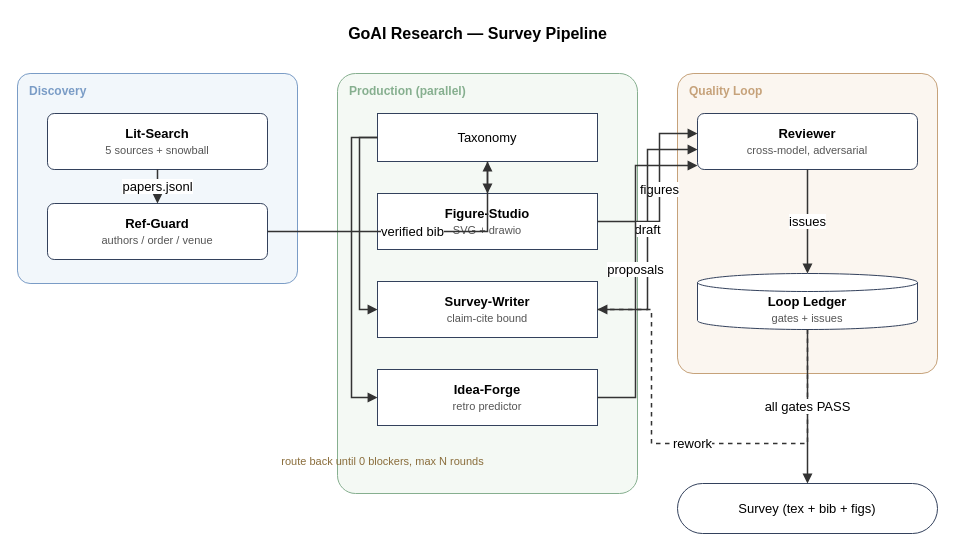
Above: examples/pipeline.drawio in asimfish/goai_research (draw.io), before the change. Source tidied: cells renumbered, new cells numbered last; positions are measured from the earlier drawing's top-left corner, leaving out a move shared by most shapes. Both pictures are drawn from the tidied source at 100%, with x=0, y=0 at pixel (17, 17).
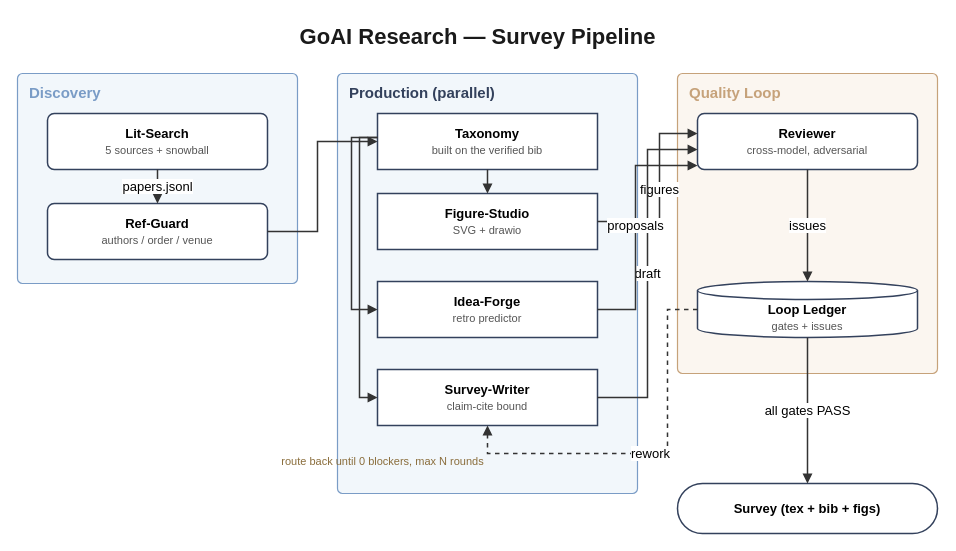
The same diagram, later.

Commit message (it also covers changes not shown here):
[figure/fix]: draw.io edges without waypoints render straight; hero figure lint-clean; merge AGENTS rules

Change to the diagram source:
```diff
@@
-    <mxCell id="2" value="GoAI Research — Survey Pipeline" style="text;html=1;align=center;verticalAlign=middle;fontSize=16;fontStyle=1;strokeColor=none;fillColor=none;" parent="1" vertex="1">
-      <mxGeometry x="220" width="480" height="32" as="geometry" />
+    <mxCell id="2" value="GoAI Research — Survey Pipeline" style="text;html=1;align=center;verticalAlign=middle;fontSize=22;fontColor=#1a1a1a;strokeColor=none;fillColor=none;fontStyle=1;" parent="1" vertex="1">
+      <mxGeometry x="220" y="4" width="480" height="32" as="geometry" />
     </mxCell>
-    <mxCell id="3" value="Discovery" style="rounded=1;arcSize=6;whiteSpace=wrap;html=1;verticalAlign=top;align=left;spacingLeft=10;spacingTop=4;fontSize=12;fontStyle=1;fillColor=#F2F7FB;strokeColor=#7A9CC6;fontColor=#7A9CC6;" parent="1" vertex="1">
+    <mxCell id="3" value="Discovery" style="rounded=1;absoluteArcSize=1;arcSize=10;whiteSpace=wrap;html=1;verticalAlign=top;align=left;spacingLeft=10;spacingTop=4;fontSize=15;fontStyle=1;fillColor=#F2F7FB;strokeColor=#7A9CC6;strokeWidth=1.2;fontColor=#7A9CC6;" parent="1" vertex="1">
       <mxGeometry y="56" width="280" height="210" as="geometry" />
     </mxCell>
-    <mxCell id="4" value="Production (parallel)" style="rounded=1;arcSize=6;whiteSpace=wrap;html=1;verticalAlign=top;align=left;spacingLeft=10;spacingTop=4;fontSize=12;fontStyle=1;fillColor=#F4F9F4;strokeColor=#86AF8F;fontColor=#86AF8F;" parent="1" vertex="1">
+    <mxCell id="4" value="Production (parallel)" style="rounded=1;absoluteArcSize=1;arcSize=10;whiteSpace=wrap;html=1;verticalAlign=top;align=left;spacingLeft=10;spacingTop=4;fontSize=15;fontStyle=1;fillColor=#F2F7FB;strokeColor=#7A9CC6;strokeWidth=1.2;fontColor=#33415C;" parent="1" vertex="1">
       <mxGeometry x="320" y="56" width="300" height="420" as="geometry" />
     </mxCell>
-    <mxCell id="5" value="Quality Loop" style="rounded=1;arcSize=6;whiteSpace=wrap;html=1;verticalAlign=top;align=left;spacingLeft=10;spacingTop=4;fontSize=12;fontStyle=1;fillColor=#FBF6F0;strokeColor=#C6A27A;fontColor=#C6A27A;" parent="1" vertex="1">
+    <mxCell id="5" value="Quality Loop" style="rounded=1;absoluteArcSize=1;arcSize=10;whiteSpace=wrap;html=1;verticalAlign=top;align=left;spacingLeft=10;spacingTop=4;fontSize=15;fontStyle=1;fillColor=#FBF6F0;strokeColor=#C6A27A;strokeWidth=1.2;fontColor=#C6A27A;" parent="1" vertex="1">
       <mxGeometry x="660" y="56" width="260" height="300" as="geometry" />
     </mxCell>
-    <mxCell id="6" value="&lt;b&gt;Lit-Search&lt;/b&gt;&lt;br/&gt;&lt;font style='font-size:0.85em' color='#555555'&gt;5 sources + snowball&lt;/font&gt;" style="rounded=1;whiteSpace=wrap;html=1;arcSize=12;fillColor=#FFFFFF;strokeColor=#33415C;fontSize=13;" parent="3" vertex="1">
+    <mxCell id="6" value="&lt;b&gt;Lit-Search&lt;/b&gt;&lt;br/&gt;&lt;font style='font-size:11.05px' color='#555555'&gt;5 sources + snowball&lt;/font&gt;" style="rounded=1;whiteSpace=wrap;html=1;arcSize=12;fillColor=#FFFFFF;strokeColor=#33415C;strokeWidth=1.5;fontSize=13;" parent="3" vertex="1">
       <mxGeometry x="30" y="40" width="220" height="56" as="geometry" />
     </mxCell>
-    <mxCell id="7" value="&lt;b&gt;Ref-Guard&lt;/b&gt;&lt;br/&gt;&lt;font style='font-size:0.85em' color='#555555'&gt;authors / order / venue&lt;/font&gt;" style="rounded=1;whiteSpace=wrap;html=1;arcSize=12;fillColor=#FFFFFF;strokeColor=#33415C;fontSize=13;" parent="3" vertex="1">
+    <mxCell id="7" value="&lt;b&gt;Ref-Guard&lt;/b&gt;&lt;br/&gt;&lt;font style='font-size:11.05px' color='#555555'&gt;authors / order / venue&lt;/font&gt;" style="rounded=1;whiteSpace=wrap;html=1;arcSize=12;fillColor=#FFFFFF;strokeColor=#33415C;strokeWidth=1.5;fontSize=13;" parent="3" vertex="1">
       <mxGeometry x="30" y="130" width="220" height="56" as="geometry" />
     </mxCell>
-    <mxCell id="8" value="Taxonomy" style="rounded=0;whiteSpace=wrap;html=1;fillColor=#FFFFFF;strokeColor=#33415C;fontSize=13;" parent="4" vertex="1">
-      <mxGeometry x="40" y="40" width="220" height="48" as="geometry" />
+    <mxCell id="8" value="&lt;b&gt;Taxonomy&lt;/b&gt;&lt;br/&gt;&lt;font style='font-size:11.05px' color='#555555'&gt;built on the verified bib&lt;/font&gt;" style="rounded=0;whiteSpace=wrap;html=1;fillColor=#FFFFFF;strokeColor=#33415C;strokeWidth=1.5;fontSize=13;" parent="4" vertex="1">
+      <mxGeometry x="40" y="40" width="220" height="56" as="geometry" />
     </mxCell>
-    <mxCell id="9" value="&lt;b&gt;Figure-Studio&lt;/b&gt;&lt;br/&gt;&lt;font style='font-size:0.85em' color='#555555'&gt;SVG + drawio&lt;/font&gt;" style="rounded=0;whiteSpace=wrap;html=1;fillColor=#FFFFFF;strokeColor=#33415C;fontSize=13;" parent="4" vertex="1">
+    <mxCell id="9" value="&lt;b&gt;Figure-Studio&lt;/b&gt;&lt;br/&gt;&lt;font style='font-size:11.05px' color='#555555'&gt;SVG + drawio&lt;/font&gt;" style="rounded=0;whiteSpace=wrap;html=1;fillColor=#FFFFFF;strokeColor=#33415C;strokeWidth=1.5;fontSize=13;" parent="4" vertex="1">
       <mxGeometry x="40" y="120" width="220" height="56" as="geometry" />
     </mxCell>
-    <mxCell id="10" value="&lt;b&gt;Survey-Writer&lt;/b&gt;&lt;br/&gt;&lt;font style='font-size:0.85em' color='#555555'&gt;claim-cite bound&lt;/font&gt;" style="rounded=0;whiteSpace=wrap;html=1;fillColor=#FFFFFF;strokeColor=#33415C;fontSize=13;" parent="4" vertex="1">
-      <mxGeometry x="40" y="208" width="220" height="56" as="geometry" />
+    <mxCell id="10" value="&lt;b&gt;Survey-Writer&lt;/b&gt;&lt;br/&gt;&lt;font style='font-size:11.05px' color='#555555'&gt;claim-cite bound&lt;/font&gt;" style="rounded=0;whiteSpace=wrap;html=1;fillColor=#FFFFFF;strokeColor=#33415C;strokeWidth=1.5;fontSize=13;" parent="4" vertex="1">
+      <mxGeometry x="40" y="296" width="220" height="56" as="geometry" />
     </mxCell>
-    <mxCell id="11" value="&lt;b&gt;Idea-Forge&lt;/b&gt;&lt;br/&gt;&lt;font style='font-size:0.85em' color='#555555'&gt;retro predictor&lt;/font&gt;" style="rounded=0;whiteSpace=wrap;html=1;fillColor=#FFFFFF;strokeColor=#33415C;fontSize=13;" parent="4" vertex="1">
-      <mxGeometry x="40" y="296" width="220" height="56" as="geometry" />
+    <mxCell id="11" value="&lt;b&gt;Idea-Forge&lt;/b&gt;&lt;br/&gt;&lt;font style='font-size:11.05px' color='#555555'&gt;retro predictor&lt;/font&gt;" style="rounded=0;whiteSpace=wrap;html=1;fillColor=#FFFFFF;strokeColor=#33415C;strokeWidth=1.5;fontSize=13;" parent="4" vertex="1">
+      <mxGeometry x="40" y="208" width="220" height="56" as="geometry" />
     </mxCell>
-    <mxCell id="12" value="&lt;b&gt;Reviewer&lt;/b&gt;&lt;br/&gt;&lt;font style='font-size:0.85em' color='#555555'&gt;cross-model, adversarial&lt;/font&gt;" style="rounded=1;whiteSpace=wrap;html=1;arcSize=12;fillColor=#FFFFFF;strokeColor=#33415C;fontSize=13;" parent="5" vertex="1">
+    <mxCell id="12" value="&lt;b&gt;Reviewer&lt;/b&gt;&lt;br/&gt;&lt;font style='font-size:11.05px' color='#555555'&gt;cross-model, adversarial&lt;/font&gt;" style="rounded=1;whiteSpace=wrap;html=1;arcSize=12;fillColor=#FFFFFF;strokeColor=#33415C;strokeWidth=1.5;fontSize=13;" parent="5" vertex="1">
       <mxGeometry x="20" y="40" width="220" height="56" as="geometry" />
     </mxCell>
-    <mxCell id="13" value="&lt;b&gt;Loop Ledger&lt;/b&gt;&lt;br/&gt;&lt;font style='font-size:0.85em' color='#555555'&gt;gates + issues&lt;/font&gt;" style="shape=cylinder3;whiteSpace=wrap;html=1;boundedLbl=1;backgroundOutline=1;size=9;fillColor=#FFFFFF;strokeColor=#33415C;fontSize=13;" parent="5" vertex="1">
-      <mxGeometry x="20" y="200" width="220" height="56" as="geometry" />
+    <mxCell id="13" value="&lt;b&gt;Loop Ledger&lt;/b&gt;&lt;br/&gt;&lt;font style='font-size:11.05px' color='#555555'&gt;gates + issues&lt;/font&gt;" style="shape=cylinder3;whiteSpace=wrap;html=1;boundedLbl=1;backgroundOutline=1;size=9;fillColor=#FFFFFF;strokeColor=#33415C;strokeWidth=1.5;fontSize=13;" parent="5" vertex="1">
+      <mxGeometry x="20" y="208" width="220" height="56" as="geometry" />
     </mxCell>
-    <mxCell id="14" value="Survey (tex + bib + figs)" style="rounded=1;whiteSpace=wrap;html=1;arcSize=50;fillColor=#FFFFFF;strokeColor=#33415C;fontSize=13;" parent="1" vertex="1">
+    <mxCell id="14" value="Survey (tex + bib + figs)" style="rounded=1;whiteSpace=wrap;html=1;arcSize=50;spacing=6;fillColor=#FFFFFF;strokeColor=#33415C;strokeWidth=1.5;fontSize=13;fontStyle=1;" parent="1" vertex="1">
       <mxGeometry x="660" y="466" width="260" height="50" as="geometry" />
     </mxCell>
-    <mxCell id="15" value="papers.jsonl" style="edgeStyle=orthogonalEdgeStyle;rounded=0;html=1;jettySize=auto;endArrow=block;endFill=1;strokeColor=#333333;strokeWidth=1.5;fontSize=13;" parent="1" edge="1" source="6" target="7">
+    <mxCell id="15" value="papers.jsonl" style="edgeStyle=none;rounded=0;html=1;endArrow=block;endFill=1;strokeColor=#333333;strokeWidth=1.5;fontSize=13;" parent="1" edge="1" source="6" target="7">
       <mxGeometry relative="1" as="geometry" />
     </mxCell>
-    <mxCell id="16" value="verified bib" style="edgeStyle=orthogonalEdgeStyle;rounded=0;html=1;jettySize=auto;endArrow=block;endFill=1;strokeColor=#333333;strokeWidth=1.5;fontSize=13;" parent="1" edge="1" source="7" target="8">
-      <mxGeometry relative="1" as="geometry" />
+    <mxCell id="16" style="edgeStyle=orthogonalEdgeStyle;jettySize=auto;rounded=0;html=1;endArrow=block;endFill=1;strokeColor=#333333;strokeWidth=1.5;fontSize=13;" parent="1" edge="1" source="7" target="8">
+      <mxGeometry relative="1" as="geometry">
+        <Array as="points">
+          <mxPoint x="300" y="214" />
+          <mxPoint x="300" y="124" />
+        </Array>
+      </mxGeometry>
     </mxCell>
-    <mxCell id="17" style="edgeStyle=orthogonalEdgeStyle;rounded=0;html=1;jettySize=auto;endArrow=block;endFill=1;strokeColor=#333333;strokeWidth=1.5;fontSize=13;" parent="1" edge="1" source="8" target="9">
+    <mxCell id="17" style="edgeStyle=none;rounded=0;html=1;endArrow=block;endFill=1;strokeColor=#333333;strokeWidth=1.5;fontSize=13;" parent="1" edge="1" source="8" target="9">
       <mxGeometry relative="1" as="geometry" />
     </mxCell>
-    <mxCell id="18" style="edgeStyle=orthogonalEdgeStyle;rounded=0;html=1;jettySize=auto;endArrow=block;endFill=1;strokeColor=#333333;strokeWidth=1.5;fontSize=13;" parent="1" edge="1" source="8" target="10">
+    <mxCell id="18" style="edgeStyle=orthogonalEdgeStyle;jettySize=auto;rounded=0;html=1;endArrow=block;endFill=1;strokeColor=#333333;strokeWidth=1.5;fontSize=13;" parent="1" edge="1" source="8" target="10">
       <mxGeometry relative="1" as="geometry">
         <Array as="points">
           <mxPoint x="342" y="120" />
-          <mxPoint x="342" y="292" />
+          <mxPoint x="342" y="380" />
         </Array>
       </mxGeometry>
     </mxCell>
-    <mxCell id="19" style="edgeStyle=orthogonalEdgeStyle;rounded=0;html=1;jettySize=auto;endArrow=block;endFill=1;strokeColor=#333333;strokeWidth=1.5;fontSize=13;" parent="1" edge="1" source="8" target="11">
+    <mxCell id="19" style="edgeStyle=orthogonalEdgeStyle;jettySize=auto;rounded=0;html=1;endArrow=block;endFill=1;strokeColor=#333333;strokeWidth=1.5;fontSize=13;" parent="1" edge="1" source="8" target="11">
       <mxGeometry relative="1" as="geometry">
         <Array as="points">
           <mxPoint x="334" y="120" />
-          <mxPoint x="334" y="380" />
+          <mxPoint x="334" y="292" />
         </Array>
       </mxGeometry>
     </mxCell>
-    <mxCell id="20" value="figures" style="edgeStyle=orthogonalEdgeStyle;rounded=0;html=1;jettySize=auto;endArrow=block;endFill=1;strokeColor=#333333;strokeWidth=1.5;fontSize=13;" parent="1" edge="1" source="9" target="12">
+    <mxCell id="20" value="figures" style="edgeStyle=orthogonalEdgeStyle;jettySize=auto;rounded=0;html=1;endArrow=block;endFill=1;strokeColor=#333333;strokeWidth=1.5;fontSize=13;" parent="1" edge="1" source="9" target="12">
       <mxGeometry relative="1" as="geometry">
         <Array as="points">
           <mxPoint x="642" y="204" />
           <mxPoint x="642" y="116" />
         </Array>
       </mxGeometry>
     </mxCell>
-    <mxCell id="21" value="draft" style="edgeStyle=orthogonalEdgeStyle;rounded=0;html=1;jettySize=auto;endArrow=block;endFill=1;strokeColor=#333333;strokeWidth=1.5;fontSize=13;" parent="1" edge="1" source="10" target="12">
+    <mxCell id="21" value="draft" style="edgeStyle=orthogonalEdgeStyle;jettySize=auto;rounded=0;html=1;endArrow=block;endFill=1;strokeColor=#333333;strokeWidth=1.5;fontSize=13;" parent="1" edge="1" source="10" target="12">
       <mxGeometry relative="1" as="geometry">
         <Array as="points">
-          <mxPoint x="630" y="292" />
+          <mxPoint x="630" y="380" />
           <mxPoint x="630" y="132" />
         </Array>
       </mxGeometry>
     </mxCell>
-    <mxCell id="22" value="proposals" style="edgeStyle=orthogonalEdgeStyle;rounded=0;html=1;jettySize=auto;endArrow=block;endFill=1;strokeColor=#333333;strokeWidth=1.5;fontSize=13;" parent="1" edge="1" source="11" target="12">
+    <mxCell id="22" value="proposals" style="edgeStyle=orthogonalEdgeStyle;jettySize=auto;rounded=0;html=1;endArrow=block;endFill=1;strokeColor=#333333;strokeWidth=1.5;fontSize=13;" parent="1" edge="1" source="11" target="12">
       <mxGeometry relative="1" as="geometry">
         <Array as="points">
-          <mxPoint x="618" y="380" />
+          <mxPoint x="618" y="292" />
           <mxPoint x="618" y="148" />
         </Array>
       </mxGeometry>
     </mxCell>
-    <mxCell id="23" value="issues" style="edgeStyle=orthogonalEdgeStyle;rounded=0;html=1;jettySize=auto;endArrow=block;endFill=1;strokeColor=#333333;strokeWidth=1.5;fontSize=13;" parent="1" edge="1" source="12" target="13">
+    <mxCell id="23" value="issues" style="edgeStyle=none;rounded=0;html=1;endArrow=block;endFill=1;strokeColor=#333333;strokeWidth=1.5;fontSize=13;" parent="1" edge="1" source="12" target="13">
       <mxGeometry relative="1" as="geometry" />
     </mxCell>
-    <mxCell id="24" value="rework" style="edgeStyle=orthogonalEdgeStyle;rounded=0;html=1;jettySize=auto;endArrow=block;endFill=1;strokeColor=#333333;strokeWidth=1.5;fontSize=13;dashed=1;" parent="1" edge="1" source="13" target="10">
+    <mxCell id="24" value="rework" style="edgeStyle=orthogonalEdgeStyle;jettySize=auto;rounded=0;html=1;endArrow=block;endFill=1;strokeColor=#333333;strokeWidth=1.5;fontSize=13;dashed=1;" parent="1" edge="1" source="13" target="10">
       <mxGeometry relative="1" as="geometry">
         <Array as="points">
-          <mxPoint x="634" y="426" />
+          <mxPoint x="650" y="292" />
+          <mxPoint x="650" y="436" />
+          <mxPoint x="470" y="436" />
         </Array>
       </mxGeometry>
     </mxCell>
-    <mxCell id="25" value="all gates PASS" style="edgeStyle=orthogonalEdgeStyle;rounded=0;html=1;jettySize=auto;endArrow=block;endFill=1;strokeColor=#333333;strokeWidth=1.5;fontSize=13;" parent="1" edge="1" source="13" target="14">
+    <mxCell id="25" value="all gates PASS" style="edgeStyle=none;rounded=0;html=1;endArrow=block;endFill=1;strokeColor=#333333;strokeWidth=1.5;fontSize=13;" parent="1" edge="1" source="13" target="14">
       <mxGeometry relative="1" as="geometry" />
     </mxCell>
```
